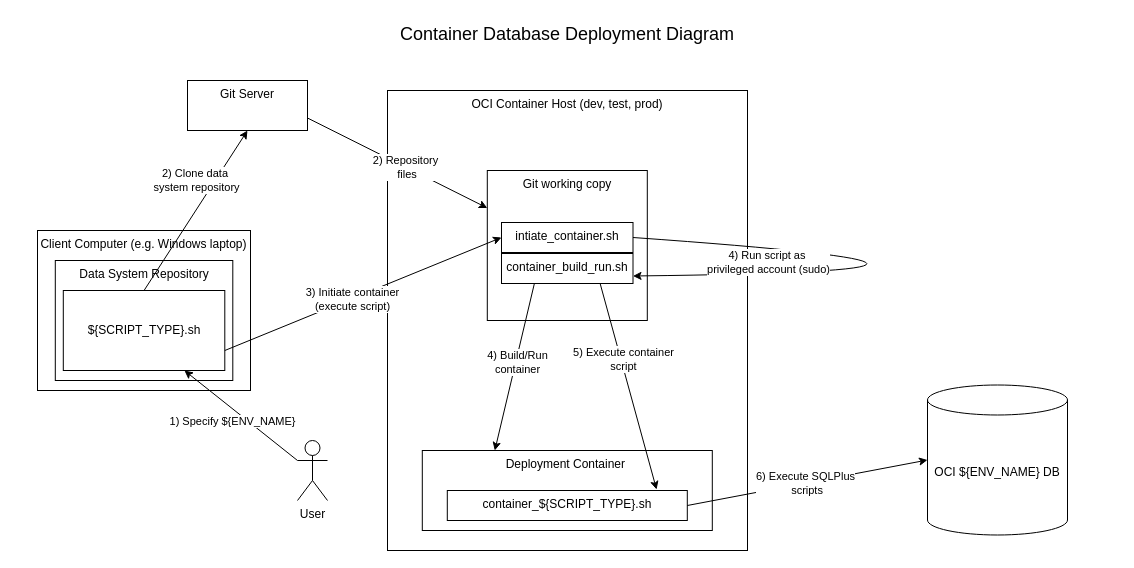
noaa-pifsc/pifsc-oracle-docker-deployments keeps this draw.io diagram as diagrams/container_database_deployment_diagram.drawio. Above is the earlier version. Source tidied: cells renumbered, new cells numbered last; positions are measured from the earlier drawing's top-left corner, leaving out a move shared by most shapes. Both pictures are drawn from the tidied source at 100%, with x=0, y=0 at pixel (17, 17).
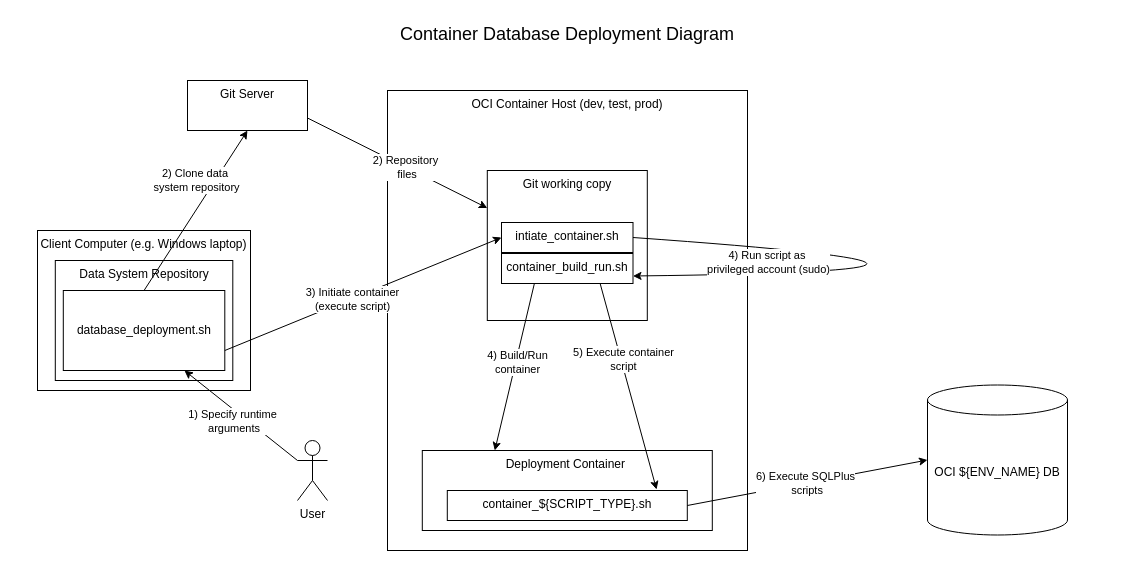
The same page after the edit.

The change refers to these unchanged cells:
```xml
<mxCell id="29" style="endArrow=classic;html=1;rounded=0;exitX=0;exitY=0.3333333333333333;exitDx=0;exitDy=0;exitPerimeter=0;entryX=0.75;entryY=1;entryDx=0;entryDy=0;" parent="1" edge="1" source="28" target="7">
  <mxGeometry relative="1" as="geometry" />
</mxCell>
```

The edit, as a diff of the source:
```diff
@@
-    <mxCell id="7" value="${SCRIPT_TYPE}.sh" style="rounded=0;whiteSpace=wrap;html=1;" parent="1" vertex="1">
+    <mxCell id="7" value="database_deployment.sh" style="rounded=0;whiteSpace=wrap;html=1;" parent="1" vertex="1">
       <mxGeometry x="45.8" y="273" width="161.5" height="80" as="geometry" />
     </mxCell>
@@
-    <mxCell id="30" value="1) Specify ${ENV_NAME}" style="edgeLabel;html=1;align=center;verticalAlign=middle;" parent="29" vertex="1">
+    <mxCell id="30" value="&lt;div&gt;1) Specify runtime&lt;/div&gt;&lt;div&gt;&amp;nbsp;arguments&lt;/div&gt;" style="edgeLabel;html=1;align=center;verticalAlign=middle;" parent="29" vertex="1">
       <mxGeometry x="-0.39" y="1" relative="1" as="geometry">
         <mxPoint x="-30" y="-13" as="offset" />
       </mxGeometry>
     </mxCell>
```
